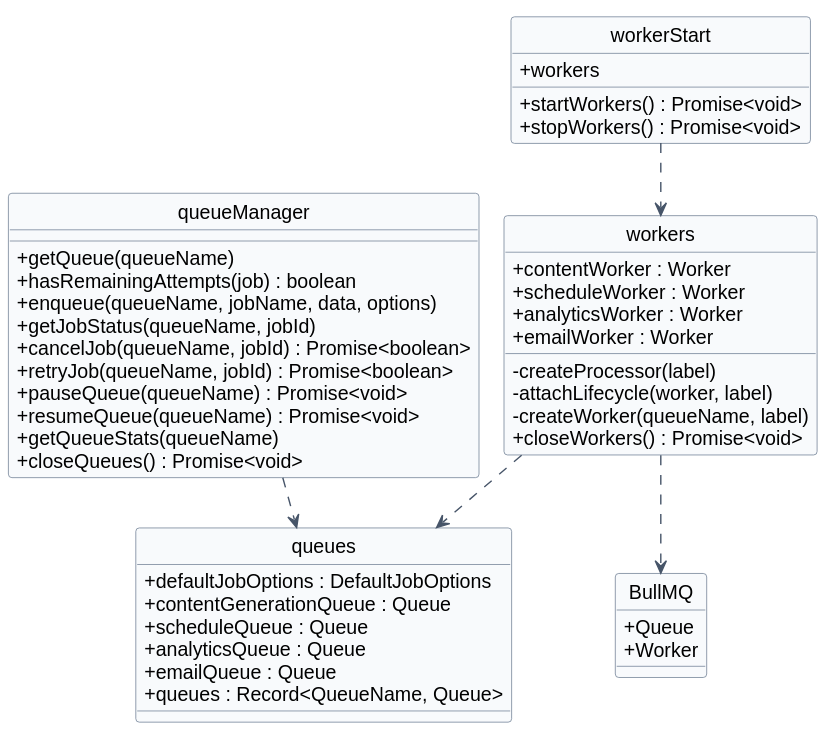
Pham-Hong-Ky/marka-capstone keeps this PlantUML diagram as docs/diagrams/06-system.svg. Above is the earlier version.
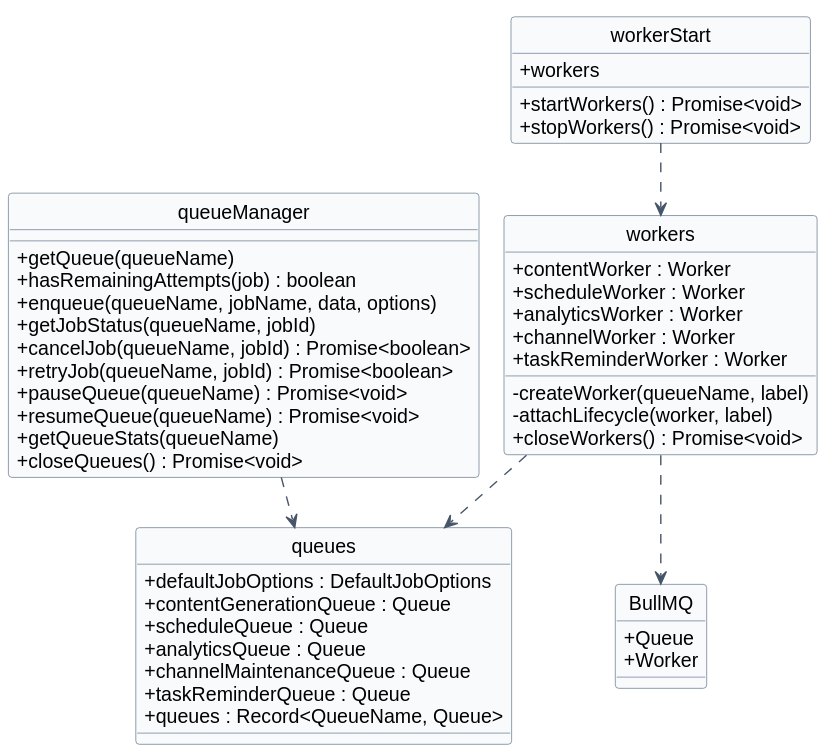
After the change.

What changed in the source:
```diff
@@ -22,13 +22,13 @@
 }
 
 class "workers" as workers {
-  - createProcessor(label)
+  - createWorker(queueName, label)
   - attachLifecycle(worker, label)
-  - createWorker(queueName, label)
   + contentWorker : Worker
   + scheduleWorker : Worker
   + analyticsWorker : Worker
-  + emailWorker : Worker
+  + channelWorker : Worker
+  + taskReminderWorker : Worker
   + closeWorkers() : Promise<void>
 }
 
@@ -37,7 +37,8 @@
   + contentGenerationQueue : Queue
   + scheduleQueue : Queue
   + analyticsQueue : Queue
-  + emailQueue : Queue
+  + channelMaintenanceQueue : Queue
+  + taskReminderQueue : Queue
   + queues : Record<QueueName, Queue>
 }
 
```
